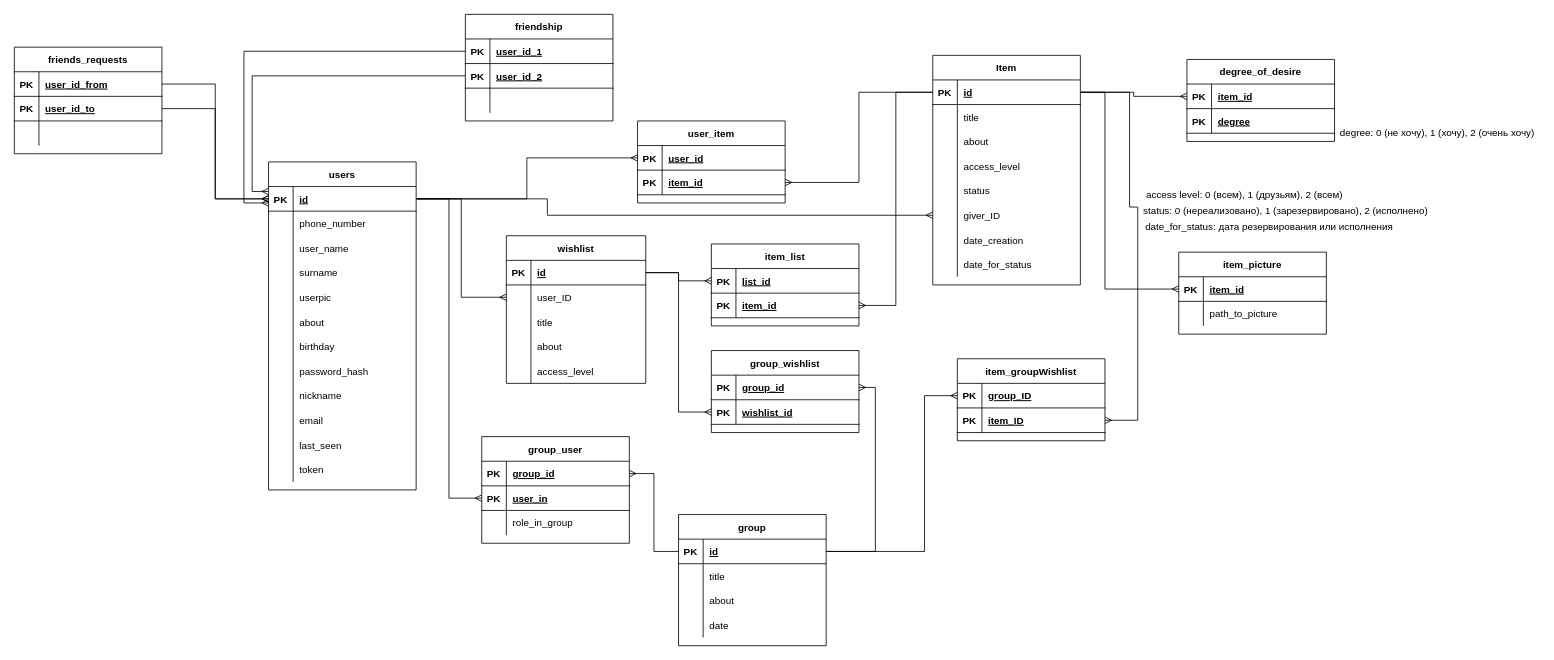
Earlier version of the draw.io diagram ER_wishlist.drawio (johuex/wishlist_rest). Source tidied: cells renumbered, new cells numbered last; positions are measured from the earlier drawing's top-left corner, leaving out a move shared by most shapes. Both pictures are drawn from the tidied source at 82%, with x=0, y=0 at pixel (14, 14).
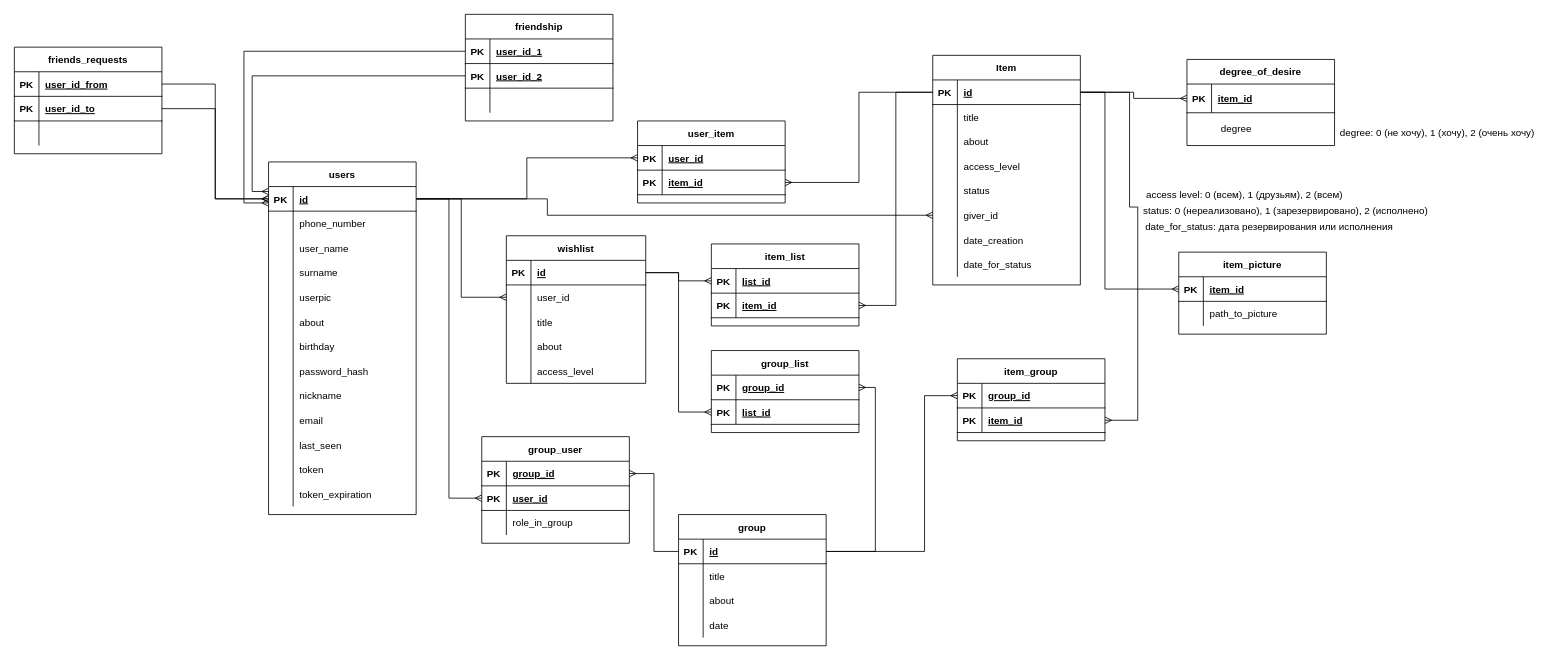
The same diagram, later.

Commit message (it also covers changes not shown here):
update v2 DB schema; update create_db.sql; moving DB to local

The change refers to these unchanged cells:
```xml
<mxCell id="74" style="shape=partialRectangle;fillColor=none;top=0;left=0;bottom=1;right=0;points=[[0,0.5],[1,0.5]];portConstraint=eastwest;" parent="70" vertex="1">
  <mxGeometry y="60" width="180" height="30" as="geometry" />
</mxCell>
<mxCell id="94" style="shape=partialRectangle;fillColor=none;top=0;left=0;bottom=1;right=0;points=[[0,0.5],[1,0.5]];portConstraint=eastwest;" parent="93" vertex="1">
  <mxGeometry y="30" width="180" height="30" as="geometry" />
</mxCell>
<mxCell id="109" style="shape=partialRectangle;fillColor=none;top=0;left=0;bottom=0;right=0;points=[[0,0.5],[1,0.5]];portConstraint=eastwest;" parent="93" vertex="1">
  <mxGeometry y="180" width="180" height="30" as="geometry" />
</mxCell>
<mxCell id="122" style="shape=partialRectangle;fillColor=none;top=0;left=0;bottom=0;right=0;points=[[0,0.5],[1,0.5]];portConstraint=eastwest;" parent="118" vertex="1">
  <mxGeometry y="60" width="170" height="30" as="geometry" />
</mxCell>
<mxCell id="146" style="shape=partialRectangle;fillColor=none;top=0;left=0;bottom=1;right=0;points=[[0,0.5],[1,0.5]];portConstraint=eastwest;" parent="142" vertex="1">
  <mxGeometry y="60" width="180" height="30" as="geometry" />
</mxCell>
<mxCell id="163" style="shape=partialRectangle;fillColor=none;top=0;left=0;bottom=1;right=0;points=[[0,0.5],[1,0.5]];portConstraint=eastwest;" parent="162" vertex="1">
  <mxGeometry y="30" width="180" height="30" as="geometry" />
</mxCell>
<mxCell id="166" style="shape=partialRectangle;fillColor=none;top=0;left=0;bottom=1;right=0;points=[[0,0.5],[1,0.5]];portConstraint=eastwest;" parent="162" vertex="1">
  <mxGeometry y="60" width="180" height="30" as="geometry" />
</mxCell>
```

The edit, as a diff of the source:
```diff
@@
     <mxCell id="2" value="users" style="shape=table;startSize=30;childLayout=tableLayout;rowLines=0;fontStyle=1;align=center;" parent="1" vertex="1">
-      <mxGeometry x="310" y="180" width="180" height="400" as="geometry" />
+      <mxGeometry x="310" y="180" width="180" height="430" as="geometry" />
     </mxCell>
@@
+    <mxCell id="187" style="shape=partialRectangle;fillColor=none;top=0;left=0;bottom=0;right=0;" parent="2" vertex="1">
+      <mxGeometry y="360" width="180" height="30" as="geometry" />
+    </mxCell>
+    <mxCell id="188" style="shape=partialRectangle;fillColor=none;top=0;left=0;bottom=0;right=0;overflow=hidden;" parent="187" vertex="1">
+      <mxGeometry width="30" height="30" as="geometry" />
+    </mxCell>
+    <mxCell id="189" value="token" style="shape=partialRectangle;fillColor=none;top=0;left=0;bottom=0;right=0;align=left;spacingLeft=6;overflow=hidden;" parent="187" vertex="1">
+      <mxGeometry x="30" width="150" height="30" as="geometry" />
+    </mxCell>
     <mxCell id="36" style="shape=partialRectangle;fillColor=none;top=0;left=0;bottom=0;right=0;" parent="2" vertex="1">
-      <mxGeometry y="360" width="180" height="30" as="geometry" />
+      <mxGeometry y="390" width="180" height="30" as="geometry" />
     </mxCell>
@@
-    <mxCell id="38" value="token" style="shape=partialRectangle;fillColor=none;top=0;left=0;bottom=0;right=0;align=left;spacingLeft=6;overflow=hidden;" parent="36" vertex="1">
+    <mxCell id="38" value="token_expiration" style="shape=partialRectangle;fillColor=none;top=0;left=0;bottom=0;right=0;align=left;spacingLeft=6;overflow=hidden;" parent="36" vertex="1">
       <mxGeometry x="30" width="150" height="30" as="geometry" />
     </mxCell>
@@
-    <mxCell id="76" value="user_in" style="shape=partialRectangle;fillColor=none;top=0;left=0;bottom=0;right=0;align=left;spacingLeft=6;fontStyle=5;overflow=hidden;" parent="74" vertex="1">
+    <mxCell id="76" value="user_id" style="shape=partialRectangle;fillColor=none;top=0;left=0;bottom=0;right=0;align=left;spacingLeft=6;fontStyle=5;overflow=hidden;" parent="74" vertex="1">
       <mxGeometry x="30" width="150" height="30" as="geometry" />
     </mxCell>
@@
-    <mxCell id="111" value="giver_ID" style="shape=partialRectangle;fillColor=none;top=0;left=0;bottom=0;right=0;align=left;spacingLeft=6;overflow=hidden;" parent="109" vertex="1">
+    <mxCell id="111" value="giver_id" style="shape=partialRectangle;fillColor=none;top=0;left=0;bottom=0;right=0;align=left;spacingLeft=6;overflow=hidden;" parent="109" vertex="1">
       <mxGeometry x="30" width="150" height="30" as="geometry" />
     </mxCell>
@@
-    <mxCell id="124" value="user_ID" style="shape=partialRectangle;fillColor=none;top=0;left=0;bottom=0;right=0;align=left;spacingLeft=6;overflow=hidden;" parent="122" vertex="1">
+    <mxCell id="124" value="user_id" style="shape=partialRectangle;fillColor=none;top=0;left=0;bottom=0;right=0;align=left;spacingLeft=6;overflow=hidden;" parent="122" vertex="1">
       <mxGeometry x="30" width="140" height="30" as="geometry" />
     </mxCell>
@@
-    <mxCell id="142" value="group_wishlist" style="shape=table;startSize=30;childLayout=tableLayout;rowLines=0;fontStyle=1;align=center;" parent="1" vertex="1">
+    <mxCell id="142" value="group_list" style="shape=table;startSize=30;childLayout=tableLayout;rowLines=0;fontStyle=1;align=center;" parent="1" vertex="1">
       <mxGeometry x="850" y="410" width="180" height="100" as="geometry" />
     </mxCell>
@@
-    <mxCell id="148" value="wishlist_id" style="shape=partialRectangle;fillColor=none;top=0;left=0;bottom=0;right=0;align=left;spacingLeft=6;fontStyle=5;overflow=hidden;" parent="146" vertex="1">
+    <mxCell id="148" value="list_id" style="shape=partialRectangle;fillColor=none;top=0;left=0;bottom=0;right=0;align=left;spacingLeft=6;fontStyle=5;overflow=hidden;" parent="146" vertex="1">
       <mxGeometry x="30" width="150" height="30" as="geometry" />
     </mxCell>
@@
-    <mxCell id="162" value="item_groupWishlist" style="shape=table;startSize=30;childLayout=tableLayout;rowLines=0;fontStyle=1;align=center;" parent="1" vertex="1">
+    <mxCell id="162" value="item_group" style="shape=table;startSize=30;childLayout=tableLayout;rowLines=0;fontStyle=1;align=center;" parent="1" vertex="1">
       <mxGeometry x="1150" y="420" width="180" height="100" as="geometry" />
     </mxCell>
@@
-    <mxCell id="165" value="group_ID" style="shape=partialRectangle;fillColor=none;top=0;left=0;bottom=0;right=0;align=left;spacingLeft=6;fontStyle=5;overflow=hidden;" parent="163" vertex="1">
+    <mxCell id="165" value="group_id" style="shape=partialRectangle;fillColor=none;top=0;left=0;bottom=0;right=0;align=left;spacingLeft=6;fontStyle=5;overflow=hidden;" parent="163" vertex="1">
       <mxGeometry x="30" width="150" height="30" as="geometry" />
     </mxCell>
@@
-    <mxCell id="168" value="item_ID" style="shape=partialRectangle;fillColor=none;top=0;left=0;bottom=0;right=0;align=left;spacingLeft=6;fontStyle=5;overflow=hidden;" parent="166" vertex="1">
+    <mxCell id="168" value="item_id" style="shape=partialRectangle;fillColor=none;top=0;left=0;bottom=0;right=0;align=left;spacingLeft=6;fontStyle=5;overflow=hidden;" parent="166" vertex="1">
       <mxGeometry x="30" width="150" height="30" as="geometry" />
     </mxCell>
@@
     <mxCell id="179" value="degree_of_desire" style="shape=table;startSize=30;childLayout=tableLayout;rowLines=0;fontStyle=1;align=center;" parent="1" vertex="1">
-      <mxGeometry x="1430" y="55" width="180" height="100" as="geometry" />
+      <mxGeometry x="1430" y="55" width="180" height="105" as="geometry" />
     </mxCell>
     <mxCell id="180" style="shape=partialRectangle;fillColor=none;top=0;left=0;bottom=1;right=0;points=[[0,0.5],[1,0.5]];portConstraint=eastwest;" parent="179" vertex="1">
-      <mxGeometry y="30" width="180" height="30" as="geometry" />
+      <mxGeometry y="30" width="180" height="35" as="geometry" />
     </mxCell>
     <mxCell id="181" value="PK" style="shape=partialRectangle;fillColor=none;top=0;left=0;bottom=0;right=0;fontStyle=1;overflow=hidden;" parent="180" vertex="1">
-      <mxGeometry width="30" height="30" as="geometry" />
+      <mxGeometry width="30" height="35" as="geometry" />
     </mxCell>
     <mxCell id="182" value="item_id" style="shape=partialRectangle;fillColor=none;top=0;left=0;bottom=0;right=0;align=left;spacingLeft=6;fontStyle=5;overflow=hidden;" parent="180" vertex="1">
-      <mxGeometry x="30" width="150" height="30" as="geometry" />
+      <mxGeometry x="30" width="150" height="35" as="geometry" />
     </mxCell>
-    <mxCell id="183" style="shape=partialRectangle;fillColor=none;top=0;left=0;bottom=1;right=0;" parent="179" vertex="1">
-      <mxGeometry y="60" width="180" height="30" as="geometry" />
-    </mxCell>
-    <mxCell id="184" value="PK" style="shape=partialRectangle;fillColor=none;top=0;left=0;bottom=0;right=0;fontStyle=1;overflow=hidden;" parent="183" vertex="1">
-      <mxGeometry width="30" height="30" as="geometry" />
-    </mxCell>
+    <mxCell id="186" style="edgeStyle=orthogonalEdgeStyle;rounded=0;jettySize=auto;html=1;exitX=1;exitY=0.5;exitDx=0;exitDy=0;entryX=0;entryY=0.5;entryDx=0;entryDy=0;endArrow=ERmany;endFill=0;" parent="1" edge="1" source="94" target="180">
+      <mxGeometry relative="1" as="geometry" />
+    </mxCell>
-    <mxCell id="185" value="degree" style="shape=partialRectangle;fillColor=none;top=0;left=0;bottom=0;right=0;align=left;spacingLeft=6;fontStyle=5;overflow=hidden;" parent="183" vertex="1">
-      <mxGeometry x="30" width="150" height="30" as="geometry" />
+    <mxCell id="185" value="degree" style="text;html=1;align=center;verticalAlign=middle;" parent="1" vertex="1">
+      <mxGeometry x="1465" y="130" width="50" height="20" as="geometry" />
     </mxCell>
-    <mxCell id="186" style="edgeStyle=orthogonalEdgeStyle;rounded=0;jettySize=auto;html=1;exitX=1;exitY=0.5;exitDx=0;exitDy=0;entryX=0;entryY=0.5;entryDx=0;entryDy=0;endArrow=ERmany;endFill=0;" parent="1" edge="1" source="94" target="180">
-      <mxGeometry relative="1" as="geometry" />
-    </mxCell>
```
